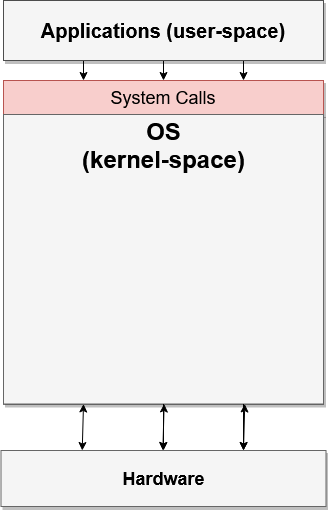
This is Operating_Systems/img/OS-OS_2.png from Steindvart/My_study, a draw.io export, as it was before one commit. Source tidied: cells renumbered, new cells last; positions are measured from the earlier drawing's top-left corner, leaving out a move shared by most shapes. The source it was exported from:
```xml
<mxGraphModel>
  <root>
    <mxCell id="0" />
    <mxCell id="1" parent="0" />
    <mxCell id="2" style="edgeStyle=orthogonalEdgeStyle;rounded=0;jettySize=auto;html=1;exitX=0.25;exitY=1;exitDx=0;exitDy=0;entryX=0.25;entryY=0;entryDx=0;entryDy=0;" parent="1" edge="1" source="5" target="10">
      <mxGeometry relative="1" as="geometry" />
    </mxCell>
    <mxCell id="3" style="edgeStyle=orthogonalEdgeStyle;rounded=0;jettySize=auto;html=1;exitX=0.5;exitY=1;exitDx=0;exitDy=0;entryX=0.5;entryY=0;entryDx=0;entryDy=0;" parent="1" edge="1" source="5" target="10">
      <mxGeometry relative="1" as="geometry" />
    </mxCell>
    <mxCell id="4" style="edgeStyle=orthogonalEdgeStyle;rounded=0;jettySize=auto;html=1;exitX=0.75;exitY=1;exitDx=0;exitDy=0;entryX=0.75;entryY=0;entryDx=0;entryDy=0;" parent="1" edge="1" source="5" target="10">
      <mxGeometry relative="1" as="geometry" />
    </mxCell>
    <mxCell id="5" value="&lt;b&gt;Applications (user-space)&lt;/b&gt;" style="whiteSpace=wrap;html=1;shadow=1;fontSize=20;fillColor=#f5f5f5;strokeColor=#4D4D4D;strokeWidth=1;" parent="1" vertex="1">
      <mxGeometry x="2" width="320" height="60" as="geometry" />
    </mxCell>
    <mxCell id="6" value="&lt;b&gt;Hardware&lt;/b&gt;" style="whiteSpace=wrap;html=1;shadow=1;fontSize=18;fillColor=#f5f5f5;strokeColor=#666666;" parent="1" vertex="1">
      <mxGeometry x="-0.5" y="450" width="325" height="56" as="geometry" />
    </mxCell>
    <mxCell id="7" style="edgeStyle=orthogonalEdgeStyle;rounded=0;jettySize=auto;html=1;exitX=0.25;exitY=1;exitDx=0;exitDy=0;entryX=0.136;entryY=0.025;entryDx=0;entryDy=0;entryPerimeter=0;" parent="1" edge="1" source="10" target="13">
      <mxGeometry relative="1" as="geometry" />
    </mxCell>
    <mxCell id="8" style="edgeStyle=orthogonalEdgeStyle;rounded=0;jettySize=auto;html=1;exitX=0.5;exitY=1;exitDx=0;exitDy=0;entryX=0.5;entryY=0;entryDx=0;entryDy=0;" parent="1" edge="1" source="10" target="13">
      <mxGeometry relative="1" as="geometry" />
    </mxCell>
    <mxCell id="9" style="edgeStyle=orthogonalEdgeStyle;rounded=0;jettySize=auto;html=1;exitX=0.75;exitY=1;exitDx=0;exitDy=0;entryX=0.845;entryY=0.042;entryDx=0;entryDy=0;entryPerimeter=0;" parent="1" edge="1" source="10" target="13">
      <mxGeometry relative="1" as="geometry" />
    </mxCell>
    <mxCell id="10" value="System Calls" style="whiteSpace=wrap;html=1;shadow=1;fontSize=18;fillColor=#f8cecc;strokeColor=#b85450;rounded=0;glass=0;comic=0;absoluteArcSize=0;noLabel=0;fixDash=0;" parent="1" vertex="1">
      <mxGeometry x="2" y="80" width="320" height="34" as="geometry" />
    </mxCell>
    <mxCell id="11" style="group;fillColor=#CCCCCC;strokeColor=#000000;rounded=0;glass=0;comic=0;" parent="1" vertex="1">
      <mxGeometry x="2" y="114" width="320" height="289.5" as="geometry" />
    </mxCell>
    <mxCell id="12" style="whiteSpace=wrap;html=1;shadow=1;fontSize=18;fillColor=#f5f5f5;strokeColor=#666666;" parent="11" vertex="1">
      <mxGeometry width="320" height="289.5" as="geometry" />
    </mxCell>
    <mxCell id="13" value="&lt;font style=&quot;font-size: 24px&quot;&gt;&lt;b&gt;&lt;font style=&quot;font-size: 24px&quot;&gt;OS &lt;br&gt;(kernel-space)&lt;br&gt;&lt;/font&gt;&lt;/b&gt;&lt;/font&gt;" style="text;html=1;strokeColor=none;fillColor=none;align=center;verticalAlign=middle;whiteSpace=wrap;rounded=0;" parent="11" vertex="1">
      <mxGeometry x="47.5" width="224.9" height="62" as="geometry" />
    </mxCell>
    <mxCell id="14" style="edgeStyle=orthogonalEdgeStyle;rounded=0;jettySize=auto;html=1;exitX=0.5;exitY=1;exitDx=0;exitDy=0;" parent="1" edge="1" source="12">
      <mxGeometry relative="1" as="geometry">
        <mxPoint x="162" y="450" as="targetPoint" />
      </mxGeometry>
    </mxCell>
    <mxCell id="15" style="edgeStyle=orthogonalEdgeStyle;rounded=0;jettySize=auto;html=1;exitX=0.75;exitY=1;exitDx=0;exitDy=0;" parent="1" edge="1" source="12">
      <mxGeometry relative="1" as="geometry">
        <mxPoint x="242" y="450" as="targetPoint" />
      </mxGeometry>
    </mxCell>
    <mxCell id="16" style="endArrow=classic;startArrow=classic;html=1;entryX=0.25;entryY=1;entryDx=0;entryDy=0;exitX=0.25;exitY=0;exitDx=0;exitDy=0;" parent="1" edge="1" source="6" target="12">
      <mxGeometry relative="1" as="geometry" />
    </mxCell>
    <mxCell id="17" style="endArrow=classic;startArrow=classic;html=1;entryX=0.25;entryY=1;entryDx=0;entryDy=0;exitX=0.25;exitY=0;exitDx=0;exitDy=0;" parent="1" edge="1">
      <mxGeometry relative="1" as="geometry">
        <mxPoint x="161.4" y="450" as="sourcePoint" />
        <mxPoint x="162.6" y="403.5" as="targetPoint" />
      </mxGeometry>
    </mxCell>
    <mxCell id="18" style="endArrow=classic;startArrow=classic;html=1;entryX=0.25;entryY=1;entryDx=0;entryDy=0;exitX=0.25;exitY=0;exitDx=0;exitDy=0;" parent="1" edge="1">
      <mxGeometry relative="1" as="geometry">
        <mxPoint x="242" y="450" as="sourcePoint" />
        <mxPoint x="243.2" y="403.5" as="targetPoint" />
      </mxGeometry>
    </mxCell>
  </root>
</mxGraphModel>
```
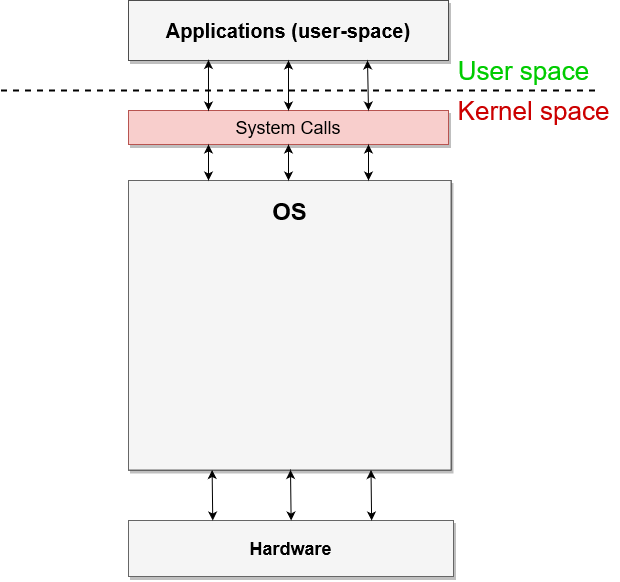
The same file after the commit.

What changed in the source:
```diff
@@ -2,66 +2,90 @@
   <root>
     <mxCell id="0" />
     <mxCell id="1" parent="0" />
-    <mxCell id="2" style="edgeStyle=orthogonalEdgeStyle;rounded=0;jettySize=auto;html=1;exitX=0.25;exitY=1;exitDx=0;exitDy=0;entryX=0.25;entryY=0;entryDx=0;entryDy=0;" parent="1" edge="1" source="5" target="10">
-      <mxGeometry relative="1" as="geometry" />
-    </mxCell>
-    <mxCell id="3" style="edgeStyle=orthogonalEdgeStyle;rounded=0;jettySize=auto;html=1;exitX=0.5;exitY=1;exitDx=0;exitDy=0;entryX=0.5;entryY=0;entryDx=0;entryDy=0;" parent="1" edge="1" source="5" target="10">
-      <mxGeometry relative="1" as="geometry" />
-    </mxCell>
-    <mxCell id="4" style="edgeStyle=orthogonalEdgeStyle;rounded=0;jettySize=auto;html=1;exitX=0.75;exitY=1;exitDx=0;exitDy=0;entryX=0.75;entryY=0;entryDx=0;entryDy=0;" parent="1" edge="1" source="5" target="10">
-      <mxGeometry relative="1" as="geometry" />
-    </mxCell>
     <mxCell id="5" value="&lt;b&gt;Applications (user-space)&lt;/b&gt;" style="whiteSpace=wrap;html=1;shadow=1;fontSize=20;fillColor=#f5f5f5;strokeColor=#4D4D4D;strokeWidth=1;" parent="1" vertex="1">
       <mxGeometry x="2" width="320" height="60" as="geometry" />
     </mxCell>
     <mxCell id="6" value="&lt;b&gt;Hardware&lt;/b&gt;" style="whiteSpace=wrap;html=1;shadow=1;fontSize=18;fillColor=#f5f5f5;strokeColor=#666666;" parent="1" vertex="1">
-      <mxGeometry x="-0.5" y="450" width="325" height="56" as="geometry" />
+      <mxGeometry x="2" y="520" width="325" height="56" as="geometry" />
     </mxCell>
-    <mxCell id="7" style="edgeStyle=orthogonalEdgeStyle;rounded=0;jettySize=auto;html=1;exitX=0.25;exitY=1;exitDx=0;exitDy=0;entryX=0.136;entryY=0.025;entryDx=0;entryDy=0;entryPerimeter=0;" parent="1" edge="1" source="10" target="13">
-      <mxGeometry relative="1" as="geometry" />
-    </mxCell>
-    <mxCell id="8" style="edgeStyle=orthogonalEdgeStyle;rounded=0;jettySize=auto;html=1;exitX=0.5;exitY=1;exitDx=0;exitDy=0;entryX=0.5;entryY=0;entryDx=0;entryDy=0;" parent="1" edge="1" source="10" target="13">
-      <mxGeometry relative="1" as="geometry" />
-    </mxCell>
-    <mxCell id="9" style="edgeStyle=orthogonalEdgeStyle;rounded=0;jettySize=auto;html=1;exitX=0.75;exitY=1;exitDx=0;exitDy=0;entryX=0.845;entryY=0.042;entryDx=0;entryDy=0;entryPerimeter=0;" parent="1" edge="1" source="10" target="13">
-      <mxGeometry relative="1" as="geometry" />
-    </mxCell>
+    <mxCell id="19" style="edgeStyle=orthogonalEdgeStyle;shape=link;rounded=0;jettySize=auto;html=1;shadow=0;strokeWidth=2;" parent="1" edge="1" source="10">
+      <mxGeometry relative="1" as="geometry">
+        <mxPoint x="162" y="110" as="targetPoint" />
+      </mxGeometry>
+    </mxCell>
     <mxCell id="10" value="System Calls" style="whiteSpace=wrap;html=1;shadow=1;fontSize=18;fillColor=#f8cecc;strokeColor=#b85450;rounded=0;glass=0;comic=0;absoluteArcSize=0;noLabel=0;fixDash=0;" parent="1" vertex="1">
-      <mxGeometry x="2" y="80" width="320" height="34" as="geometry" />
+      <mxGeometry x="2" y="110" width="320" height="34" as="geometry" />
     </mxCell>
     <mxCell id="11" style="group;fillColor=#CCCCCC;strokeColor=#000000;rounded=0;glass=0;comic=0;" parent="1" vertex="1">
-      <mxGeometry x="2" y="114" width="320" height="289.5" as="geometry" />
+      <mxGeometry x="2" y="180" width="322.5" height="289.5" as="geometry" />
     </mxCell>
     <mxCell id="12" style="whiteSpace=wrap;html=1;shadow=1;fontSize=18;fillColor=#f5f5f5;strokeColor=#666666;" parent="11" vertex="1">
-      <mxGeometry width="320" height="289.5" as="geometry" />
+      <mxGeometry width="322.5" height="289.5" as="geometry" />
     </mxCell>
-    <mxCell id="13" value="&lt;font style=&quot;font-size: 24px&quot;&gt;&lt;b&gt;&lt;font style=&quot;font-size: 24px&quot;&gt;OS &lt;br&gt;(kernel-space)&lt;br&gt;&lt;/font&gt;&lt;/b&gt;&lt;/font&gt;" style="text;html=1;strokeColor=none;fillColor=none;align=center;verticalAlign=middle;whiteSpace=wrap;rounded=0;" parent="11" vertex="1">
-      <mxGeometry x="47.5" width="224.9" height="62" as="geometry" />
+    <mxCell id="13" value="&lt;font style=&quot;font-size: 24px&quot;&gt;&lt;b&gt;&lt;font style=&quot;font-size: 24px&quot;&gt;OS &lt;br&gt;&lt;/font&gt;&lt;/b&gt;&lt;/font&gt;" style="text;html=1;strokeColor=none;fillColor=none;align=center;verticalAlign=middle;whiteSpace=wrap;rounded=0;" parent="11" vertex="1">
+      <mxGeometry x="47.9" width="226.7" height="62" as="geometry" />
     </mxCell>
-    <mxCell id="14" style="edgeStyle=orthogonalEdgeStyle;rounded=0;jettySize=auto;html=1;exitX=0.5;exitY=1;exitDx=0;exitDy=0;" parent="1" edge="1" source="12">
-      <mxGeometry relative="1" as="geometry">
-        <mxPoint x="162" y="450" as="targetPoint" />
-      </mxGeometry>
-    </mxCell>
-    <mxCell id="15" style="edgeStyle=orthogonalEdgeStyle;rounded=0;jettySize=auto;html=1;exitX=0.75;exitY=1;exitDx=0;exitDy=0;" parent="1" edge="1" source="12">
-      <mxGeometry relative="1" as="geometry">
-        <mxPoint x="242" y="450" as="targetPoint" />
-      </mxGeometry>
-    </mxCell>
-    <mxCell id="16" style="endArrow=classic;startArrow=classic;html=1;entryX=0.25;entryY=1;entryDx=0;entryDy=0;exitX=0.25;exitY=0;exitDx=0;exitDy=0;" parent="1" edge="1" source="6" target="12">
-      <mxGeometry relative="1" as="geometry" />
+    <mxCell id="16" style="endArrow=classic;startArrow=classic;html=1;entryX=0.25;entryY=1;entryDx=0;entryDy=0;exitX=0.25;exitY=0;exitDx=0;exitDy=0;" parent="1" edge="1">
+      <mxGeometry relative="1" as="geometry">
+        <mxPoint x="86.3" y="520" as="sourcePoint" />
+        <mxPoint x="85.6" y="469.5" as="targetPoint" />
+      </mxGeometry>
     </mxCell>
-    <mxCell id="17" style="endArrow=classic;startArrow=classic;html=1;entryX=0.25;entryY=1;entryDx=0;entryDy=0;exitX=0.25;exitY=0;exitDx=0;exitDy=0;" parent="1" edge="1">
-      <mxGeometry relative="1" as="geometry">
-        <mxPoint x="161.4" y="450" as="sourcePoint" />
-        <mxPoint x="162.6" y="403.5" as="targetPoint" />
-      </mxGeometry>
-    </mxCell>
-    <mxCell id="18" style="endArrow=classic;startArrow=classic;html=1;entryX=0.25;entryY=1;entryDx=0;entryDy=0;exitX=0.25;exitY=0;exitDx=0;exitDy=0;" parent="1" edge="1">
-      <mxGeometry relative="1" as="geometry">
-        <mxPoint x="242" y="450" as="sourcePoint" />
-        <mxPoint x="243.2" y="403.5" as="targetPoint" />
-      </mxGeometry>
-    </mxCell>
+    <mxCell id="20" style="endArrow=classic;startArrow=classic;html=1;entryX=0.25;entryY=1;entryDx=0;entryDy=0;exitX=0.25;exitY=0;exitDx=0;exitDy=0;" parent="1" edge="1">
+      <mxGeometry relative="1" as="geometry">
+        <mxPoint x="164.6" y="520" as="sourcePoint" />
+        <mxPoint x="164" y="469.5" as="targetPoint" />
+      </mxGeometry>
+    </mxCell>
+    <mxCell id="21" style="endArrow=classic;startArrow=classic;html=1;entryX=0.25;entryY=1;entryDx=0;entryDy=0;exitX=0.25;exitY=0;exitDx=0;exitDy=0;" parent="1" edge="1">
+      <mxGeometry relative="1" as="geometry">
+        <mxPoint x="245.1" y="520" as="sourcePoint" />
+        <mxPoint x="244.5" y="469.5" as="targetPoint" />
+      </mxGeometry>
+    </mxCell>
+    <mxCell id="22" style="endArrow=none;dashed=1;html=1;shadow=0;strokeWidth=2;" parent="1" edge="1">
+      <mxGeometry relative="1" as="geometry">
+        <mxPoint x="-125.5" y="90" as="sourcePoint" />
+        <mxPoint x="474.5" y="90" as="targetPoint" />
+      </mxGeometry>
+    </mxCell>
+    <mxCell id="23" value="&lt;font style=&quot;font-size: 26px&quot; color=&quot;#00CC00&quot;&gt;User space&lt;br&gt;&lt;/font&gt;" style="text;html=1;align=center;verticalAlign=middle;" parent="1" vertex="1">
+      <mxGeometry x="322" y="60" width="150" height="20" as="geometry" />
+    </mxCell>
+    <mxCell id="24" value="&lt;font style=&quot;font-size: 26px&quot; color=&quot;#CC0000&quot;&gt;Kernel space&lt;br&gt;&lt;/font&gt;" style="text;html=1;align=center;verticalAlign=middle;" parent="1" vertex="1">
+      <mxGeometry x="322" y="100" width="170" height="20" as="geometry" />
+    </mxCell>
+    <mxCell id="25" style="endArrow=classic;startArrow=classic;html=1;entryX=0.25;entryY=1;entryDx=0;entryDy=0;exitX=0.25;exitY=0;exitDx=0;exitDy=0;" parent="1" edge="1" source="10">
+      <mxGeometry relative="1" as="geometry">
+        <mxPoint x="82" y="59.5" as="targetPoint" />
+      </mxGeometry>
+    </mxCell>
+    <mxCell id="26" style="endArrow=classic;startArrow=classic;html=1;entryX=0.5;entryY=1;entryDx=0;entryDy=0;exitX=0.5;exitY=0;exitDx=0;exitDy=0;" parent="1" edge="1" source="10" target="5">
+      <mxGeometry relative="1" as="geometry" />
+    </mxCell>
+    <mxCell id="27" style="endArrow=classic;startArrow=classic;html=1;exitX=0.75;exitY=0;exitDx=0;exitDy=0;" parent="1" edge="1" source="10">
+      <mxGeometry relative="1" as="geometry">
+        <mxPoint x="241" y="60" as="targetPoint" />
+      </mxGeometry>
+    </mxCell>
+    <mxCell id="28" style="endArrow=classic;startArrow=classic;html=1;entryX=0.25;entryY=1;entryDx=0;entryDy=0;" parent="1" edge="1" target="10">
+      <mxGeometry relative="1" as="geometry">
+        <mxPoint x="82" y="180" as="sourcePoint" />
+      </mxGeometry>
+    </mxCell>
+    <mxCell id="29" style="endArrow=classic;startArrow=classic;html=1;entryX=0.5;entryY=1;entryDx=0;entryDy=0;" parent="1" edge="1" target="10">
+      <mxGeometry relative="1" as="geometry">
+        <mxPoint x="162" y="180" as="sourcePoint" />
+      </mxGeometry>
+    </mxCell>
+    <mxCell id="30" style="endArrow=classic;startArrow=classic;html=1;entryX=0.5;entryY=1;entryDx=0;entryDy=0;" parent="1" edge="1">
+      <mxGeometry relative="1" as="geometry">
+        <mxPoint x="242" y="180" as="sourcePoint" />
+        <mxPoint x="242" y="144" as="targetPoint" />
+        <Array as="points">
+          <mxPoint x="242" y="160" />
+        </Array>
+      </mxGeometry>
+    </mxCell>
   </root>
 </mxGraphModel>
```
